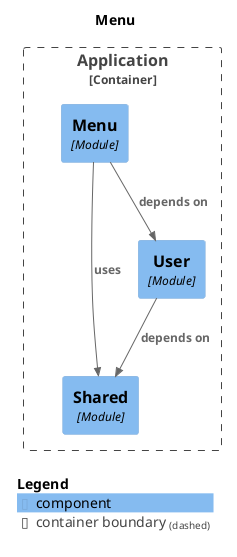
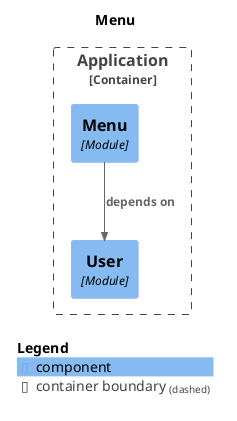
@startuml
set separator none
title Menu

top to bottom direction

!include <C4/C4>
!include <C4/C4_Context>
!include <C4/C4_Component>

Container_Boundary("Application.Application_boundary", "Application", $tags="") {
-   Component(Application.Application.Shared, "Shared", $techn="Module", $descr="", $tags="", $link="")
  Component(Application.Application.User, "User", $techn="Module", $descr="", $tags="", $link="")
  Component(Application.Application.Menu, "Menu", $techn="Module", $descr="", $tags="", $link="")
}

Rel(Application.Application.Menu, Application.Application.User, "depends on", $techn="", $tags="", $link="")
- Rel(Application.Application.Menu, Application.Application.Shared, "uses", $techn="", $tags="", $link="")
- Rel(Application.Application.User, Application.Application.Shared, "depends on", $techn="", $tags="", $link="")

SHOW_LEGEND(true)
@enduml